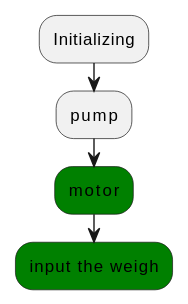
smnclmns/Crosslabs keeps this PlantUML diagram as UMLs/SVGs/v1.svg. Above is the earlier version.
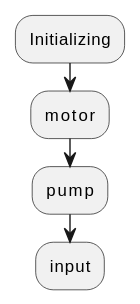
Above is the later version.

What changed in the source:
```diff
@@ -1,9 +1,6 @@
 @startuml
 :Initializing;
-
+:motor;
 :pump;
-
-#green:motor;
-
-#green:input the weigh;
+:input;
 @enduml
```
